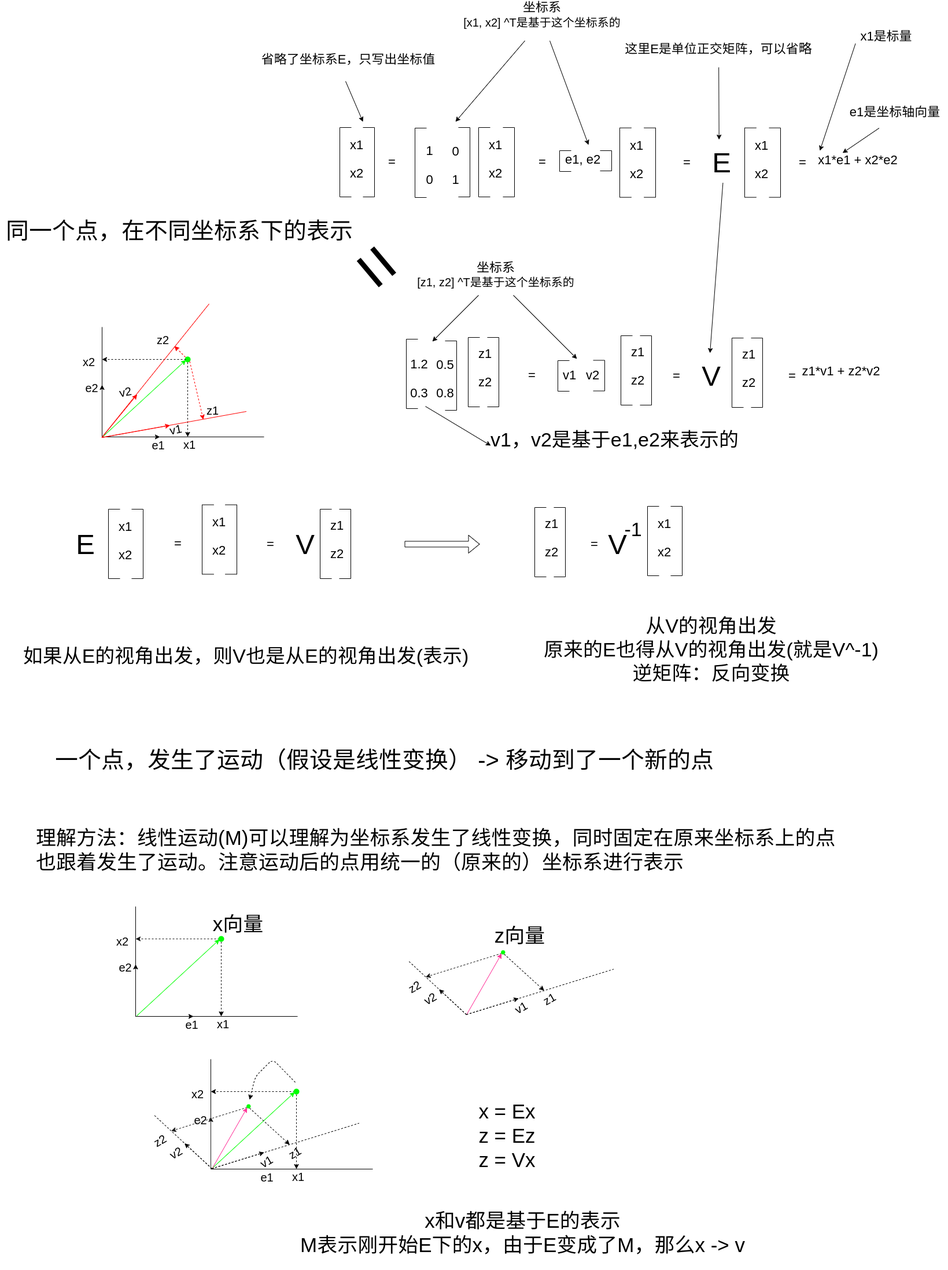
Earlier version of the draw.io export images/2023/power-of-matrix/ch09/understand_transform.png (wumin199/wm-blog-image). Source tidied: cells renumbered, new cells last; positions are measured from the earlier drawing's top-left corner, leaving out a move shared by most shapes.
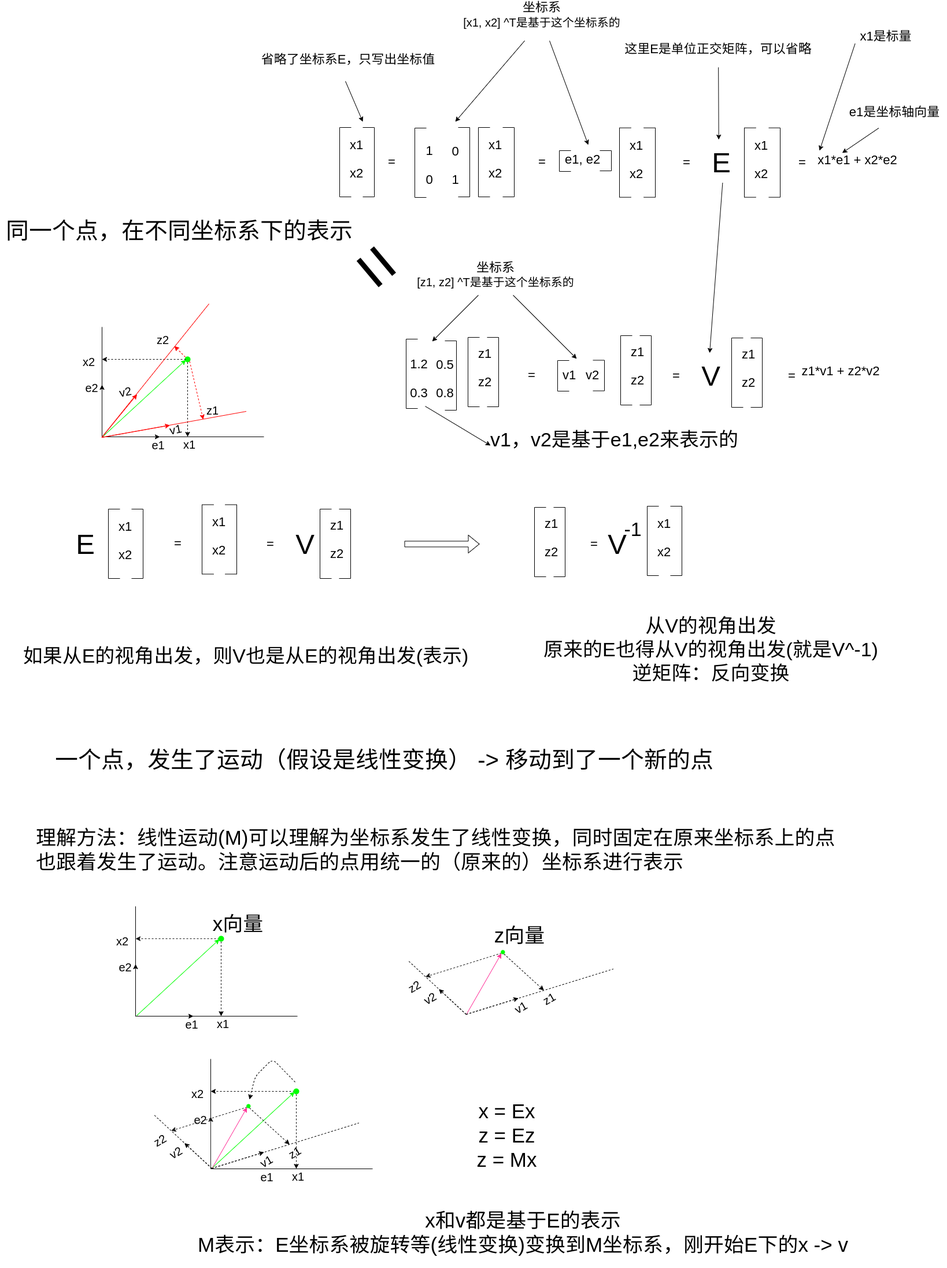
The same file after the commit.

Diff of the diagram source:
```diff
@@ -381,11 +381,11 @@
     <mxCell id="90" value="理解方法：线性运动(M)可以理解为坐标系发生了线性变换，同时固定在原来坐标系上的点也跟着发生了运动。注意运动后的点用统一的（原来的）坐标系进行表示" style="text;strokeColor=none;align=left;fillColor=none;html=1;verticalAlign=middle;whiteSpace=wrap;rounded=0;strokeWidth=27;fontSize=35;fontColor=#000000;" parent="1" vertex="1">
       <mxGeometry x="60" y="1414" width="1391" height="110" as="geometry" />
     </mxCell>
-    <mxCell id="91" value="x = Ex&lt;br&gt;z = Ez&lt;br&gt;z = Vx" style="text;html=1;align=center;verticalAlign=middle;strokeColor=none;fillColor=none;fontSize=35;strokeWidth=27;fontColor=#000000;" parent="1" vertex="1">
-      <mxGeometry x="816" y="1893" width="120" height="140" as="geometry" />
+    <mxCell id="91" value="x = Ex&lt;br&gt;z = Ez&lt;br&gt;z = Mx" style="text;html=1;align=center;verticalAlign=middle;strokeColor=none;fillColor=none;fontSize=35;strokeWidth=27;fontColor=#000000;" parent="1" vertex="1">
+      <mxGeometry x="815" y="1894" width="122" height="138" as="geometry" />
     </mxCell>
-    <mxCell id="92" value="x和v都是基于E的表示&lt;br&gt;M表示刚开始E下的x，由于E变成了M，那么x -&amp;gt; v" style="text;html=1;align=center;verticalAlign=middle;strokeColor=none;fillColor=none;fontSize=35;strokeWidth=27;fontColor=#000000;" parent="1" vertex="1">
-      <mxGeometry x="508" y="2081" width="790" height="100" as="geometry" />
+    <mxCell id="92" value="x和v都是基于E的表示&lt;br&gt;M表示：E坐标系被旋转等(线性变换)变换到M坐标系，刚开始E下的x -&amp;gt; v" style="text;html=1;align=center;verticalAlign=middle;strokeColor=none;fillColor=none;fontSize=35;strokeWidth=27;fontColor=#000000;" parent="1" vertex="1">
+      <mxGeometry x="332" y="2083" width="1143" height="96" as="geometry" />
     </mxCell>
     <mxCell id="93" value="x1" style="text;html=1;align=center;verticalAlign=middle;strokeColor=none;fillColor=none;fontSize=22;fontColor=#000000;" parent="1" vertex="1">
       <mxGeometry x="191" y="891" width="50" height="40" as="geometry" />
```
